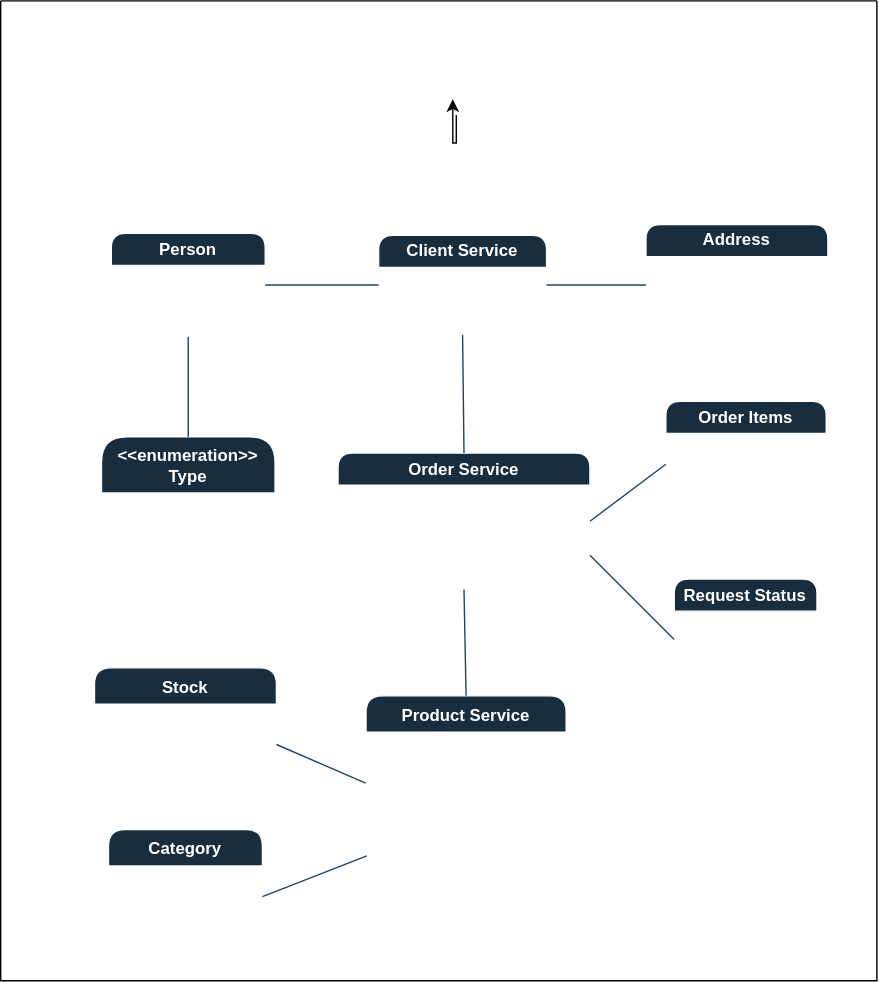
romulomotadev/portfolio-msorderservice-v2 keeps this draw.io diagram as docs/diagram-msorderservice-apis.svg. Above is the earlier version. Source tidied: cells renumbered, new cells last; positions are measured from the earlier drawing's top-left corner, leaving out a move shared by most shapes.
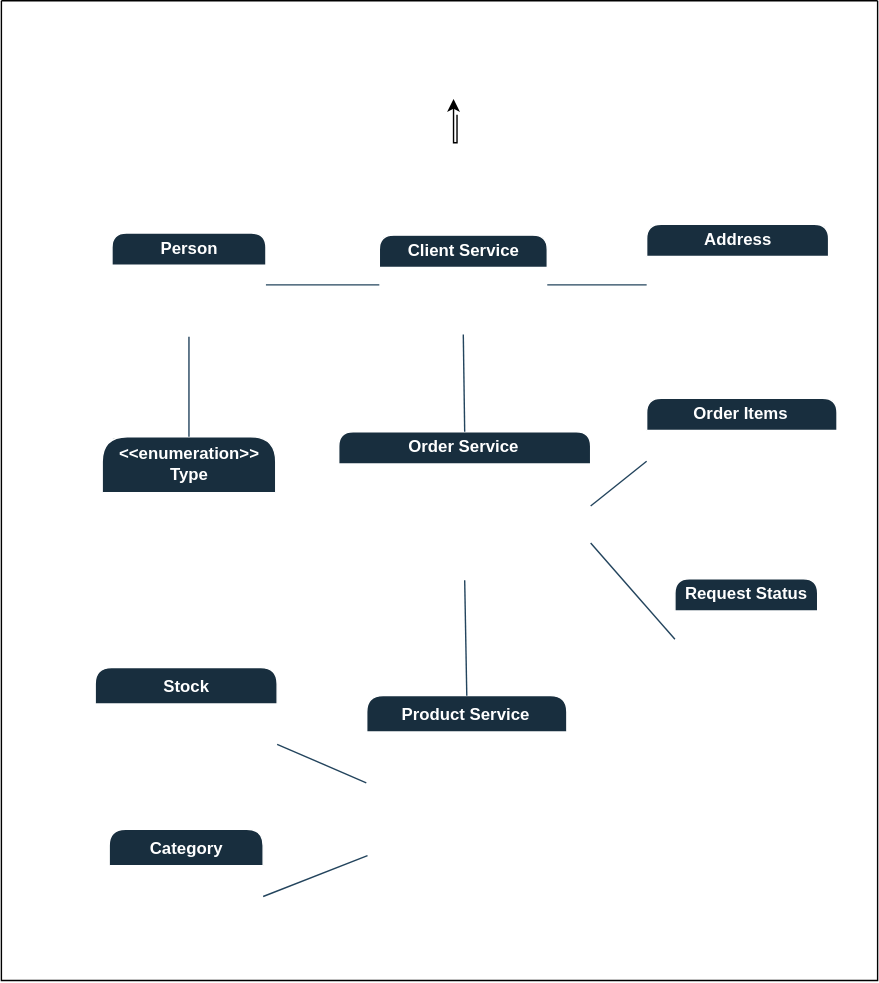
The same file after the commit.

Commit message:
feat(msorderservice): Created post order endpoint

Diff of the diagram source:
```diff
@@ -15,13 +15,13 @@
       <mxGeometry x="461.2" y="460.5" width="20" height="10" as="geometry" />
     </mxCell>
     <mxCell id="6" value="Order Items" style="swimlane;whiteSpace=wrap;html=1;rounded=1;labelBorderColor=none;labelBackgroundColor=none;fillColor=light-dark(#182E3E,#D4E1F5);strokeColor=#FFFFFF;fontColor=#FFFFFF;" parent="2" vertex="1">
-      <mxGeometry x="475.2" y="286" width="114.6" height="90" as="geometry" />
+      <mxGeometry x="461" y="284" width="136" height="90" as="geometry" />
     </mxCell>
-    <mxCell id="7" value="- &amp;lt;&amp;lt;pk&amp;gt;&amp;gt; id : Long&lt;div&gt;- productId : Long&lt;/div&gt;&lt;div&gt;- quantity : Integer&lt;/div&gt;&lt;div&gt;- unitPrice : Double&lt;/div&gt;" style="text;html=1;whiteSpace=wrap;strokeColor=none;fillColor=none;align=left;verticalAlign=middle;rounded=1;labelBorderColor=none;labelBackgroundColor=none;fontColor=#FFFFFF;" parent="6" vertex="1">
-      <mxGeometry x="6" y="24.3" width="108.6" height="60.7" as="geometry" />
+    <mxCell id="7" value="- &amp;lt;&amp;lt;pk&amp;gt;&amp;gt; id : Long&lt;div&gt;- productName : String&lt;/div&gt;&lt;div&gt;- quantity : Integer&lt;/div&gt;&lt;div&gt;- unitPrice : Double&lt;/div&gt;" style="text;html=1;whiteSpace=wrap;strokeColor=none;fillColor=none;align=left;verticalAlign=middle;rounded=1;labelBorderColor=none;labelBackgroundColor=none;fontColor=#FFFFFF;" parent="6" vertex="1">
+      <mxGeometry x="6" y="24.3" width="130" height="60.7" as="geometry" />
     </mxCell>
     <mxCell id="8" value="n:1" style="text;html=1;whiteSpace=wrap;strokeColor=none;fillColor=none;align=center;verticalAlign=middle;rounded=1;labelBorderColor=none;labelBackgroundColor=none;fontColor=#FFFFFF;" parent="2" vertex="1">
-      <mxGeometry x="455.2" y="320.5" width="20" height="10" as="geometry" />
+      <mxGeometry x="441" y="318.5" width="20" height="10" as="geometry" />
     </mxCell>
     <mxCell id="9" value="Client Service" style="swimlane;whiteSpace=wrap;html=1;rounded=1;labelBorderColor=none;labelBackgroundColor=none;fillColor=light-dark(#182E3E,#D5E8D4);strokeColor=#FFFFFF;fontColor=#FFFFFF;" parent="2" vertex="1">
       <mxGeometry x="270" y="167.5" width="120" height="71" as="geometry" />
@@ -60,22 +60,22 @@
       <mxGeometry relative="1" as="geometry" />
     </mxCell>
     <mxCell id="21" value="Order Service" style="swimlane;whiteSpace=wrap;html=1;rounded=1;labelBorderColor=none;labelBackgroundColor=none;fillColor=light-dark(#182E3E,#D4E1F5);strokeColor=#FFFFFF;fontColor=#FFFFFF;" parent="2" vertex="1">
-      <mxGeometry x="241" y="323" width="180" height="97.5" as="geometry" />
+      <mxGeometry x="241" y="308" width="180" height="106" as="geometry" />
     </mxCell>
-    <mxCell id="22" value="- &amp;lt;&amp;lt;pk&amp;gt;&amp;gt; id : Long&lt;div&gt;- clientId : Long&lt;/div&gt;&lt;div&gt;- creationDate : LocalDateTime&lt;/div&gt;&lt;div&gt;&lt;span style=&quot;background-color: transparent; color: light-dark(rgb(255, 255, 255), rgb(18, 18, 18));&quot;&gt;- totalValue : Double&lt;/span&gt;&lt;/div&gt;" style="text;strokeColor=none;fillColor=none;align=left;verticalAlign=middle;spacingLeft=4;spacingRight=4;overflow=hidden;whiteSpace=wrap;html=1;rounded=1;labelBorderColor=none;labelBackgroundColor=none;fontColor=#FFFFFF;" parent="21" vertex="1">
-      <mxGeometry y="26.5" width="176" height="63.5" as="geometry" />
+    <mxCell id="22" value="- &amp;lt;&amp;lt;pk&amp;gt;&amp;gt; id : Long&lt;div&gt;- clientName : String&lt;/div&gt;&lt;div&gt;- clientDocument : String&lt;/div&gt;&lt;div&gt;- creationDate : LocalDateTime&lt;/div&gt;&lt;div&gt;&lt;span style=&quot;background-color: transparent; color: light-dark(rgb(255, 255, 255), rgb(18, 18, 18));&quot;&gt;- totalValue : Double&lt;/span&gt;&lt;/div&gt;" style="text;strokeColor=none;fillColor=none;align=left;verticalAlign=middle;spacingLeft=4;spacingRight=4;overflow=hidden;whiteSpace=wrap;html=1;rounded=1;labelBorderColor=none;labelBackgroundColor=none;fontColor=#FFFFFF;" parent="21" vertex="1">
+      <mxGeometry y="26.5" width="176" height="79.5" as="geometry" />
     </mxCell>
     <mxCell id="23" value="1:n" style="text;html=1;whiteSpace=wrap;strokeColor=none;fillColor=none;align=center;verticalAlign=middle;rounded=1;labelBorderColor=none;labelBackgroundColor=none;fontColor=#FFFFFF;" parent="2" vertex="1">
-      <mxGeometry x="421" y="345" width="20" height="10" as="geometry" />
+      <mxGeometry x="421" y="364" width="20" height="10" as="geometry" />
     </mxCell>
     <mxCell id="24" value="1:1" style="text;html=1;whiteSpace=wrap;strokeColor=none;fillColor=none;align=center;verticalAlign=middle;rounded=1;labelBorderColor=none;labelBackgroundColor=none;fontColor=#FFFFFF;" parent="2" vertex="1">
-      <mxGeometry x="421" y="389.5" width="20" height="10" as="geometry" />
+      <mxGeometry x="421" y="408" width="20" height="10" as="geometry" />
     </mxCell>
     <mxCell id="25" style="endArrow=none;html=1;rounded=1;labelBorderColor=none;fontColor=default;labelBackgroundColor=none;strokeColor=#23445D;entryX=0.5;entryY=1;entryDx=0;entryDy=0;exitX=0.5;exitY=0;exitDx=0;exitDy=0;" parent="2" edge="1" source="21" target="9">
       <mxGeometry relative="1" as="geometry" />
     </mxCell>
     <mxCell id="26" value="OpenFeign" style="text;html=1;whiteSpace=wrap;strokeColor=none;fillColor=none;align=center;verticalAlign=middle;rounded=1;labelBorderColor=none;labelBackgroundColor=none;fontColor=#FFFFFF;" parent="2" vertex="1">
-      <mxGeometry x="333" y="278.5" width="60" height="15.8" as="geometry" />
+      <mxGeometry x="334" y="265" width="60" height="15.8" as="geometry" />
     </mxCell>
     <mxCell id="27" value="Product Service" style="swimlane;fontStyle=1;align=center;verticalAlign=top;horizontal=1;startSize=26;whiteSpace=wrap;html=1;rounded=1;labelBorderColor=none;labelBackgroundColor=none;fillColor=light-dark(#182E3E,#FFF2CC);strokeColor=#FFFFFF;fontColor=#FFFFFF;" parent="2" vertex="1">
       <mxGeometry x="261" y="496.5" width="143" height="160" as="geometry" />
@@ -96,7 +96,7 @@
       <mxGeometry x="241" y="598" width="20" height="10" as="geometry" />
     </mxCell>
     <mxCell id="32" value="Rabbit&lt;span style=&quot;background-color: transparent; color: light-dark(rgb(255, 255, 255), rgb(18, 18, 18));&quot;&gt;Mq&lt;/span&gt;" style="text;html=1;whiteSpace=wrap;strokeColor=none;fillColor=none;align=center;verticalAlign=middle;rounded=1;convertToSvg=1;svgWhiteSpace=wrap;labelBorderColor=none;labelBackgroundColor=none;fontColor=#FFFFFF;" parent="2" vertex="1">
-      <mxGeometry x="334" y="460.7" width="54" height="15.8" as="geometry" />
+      <mxGeometry x="336" y="455.3" width="54" height="15.8" as="geometry" />
     </mxCell>
     <mxCell id="33" style="endArrow=none;html=1;rounded=1;labelBorderColor=none;fontColor=default;labelBackgroundColor=none;strokeColor=#23445D;entryX=0.5;entryY=1;entryDx=0;entryDy=0;exitX=0.5;exitY=0;exitDx=0;exitDy=0;" parent="2" edge="1" source="27" target="21">
       <mxGeometry relative="1" as="geometry" />
@@ -156,7 +156,7 @@
       <mxGeometry relative="1" as="geometry" />
     </mxCell>
     <mxCell id="52" value="OpenFeign" style="text;html=1;whiteSpace=wrap;strokeColor=none;fillColor=none;align=center;verticalAlign=middle;rounded=1;labelBorderColor=none;labelBackgroundColor=none;fontColor=#FFFFFF;" parent="2" vertex="1">
-      <mxGeometry x="334" y="446.7" width="60" height="15.8" as="geometry" />
+      <mxGeometry x="336" y="441.3" width="60" height="15.8" as="geometry" />
     </mxCell>
   </root>
 </mxGraphModel>
```
